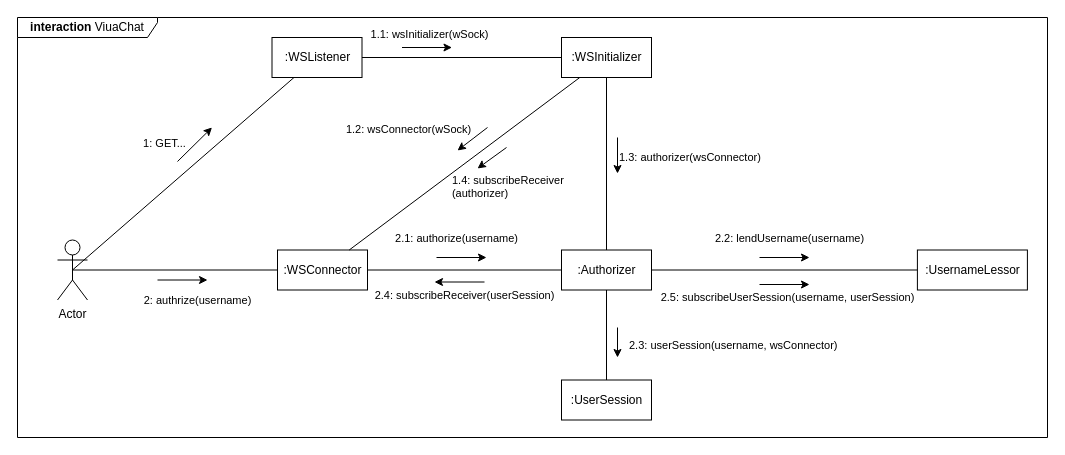
Before: page "Strona-1" (1 of 3) of viuachat/diag/Diagram komunikacji.drawio in marekjm/inzynierka, a draw.io diagram. Source tidied: cells renumbered, new cells numbered last; positions are measured from the earlier drawing's top-left corner, leaving out a move shared by most shapes. Both pictures are drawn from the tidied source at 100%, with x=0, y=0 at pixel (17, 17).
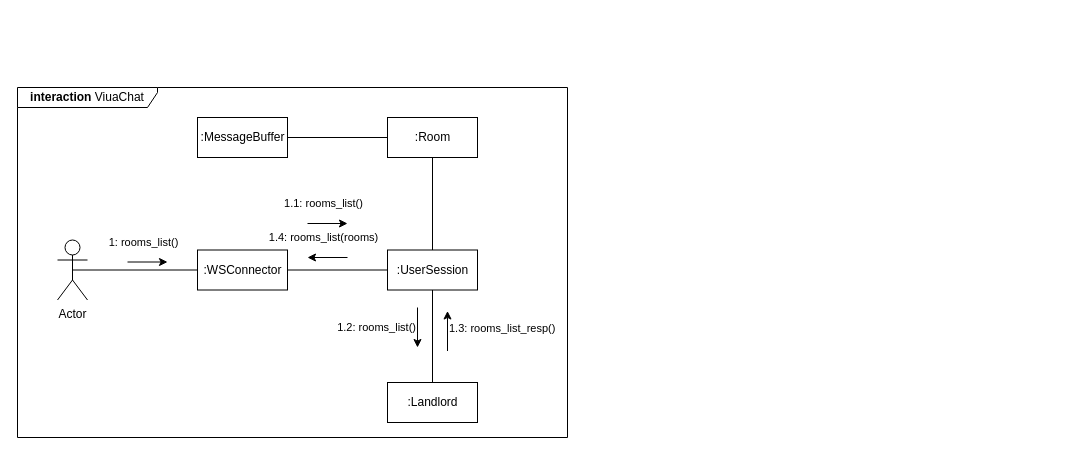
After the change.

Commit message (it also covers changes not shown here):
Diagramy kmunikacji i in.

Unchanged cells that the change refers to:
```xml
<mxCell id="3" value="Actor" style="shape=umlActor;verticalLabelPosition=bottom;labelBackgroundColor=#ffffff;verticalAlign=top;html=1;" parent="1" vertex="1">
  <mxGeometry x="40" y="222.5" width="30" height="60" as="geometry" />
</mxCell>
```

The edit, as a diff of the source:
```diff
@@
     <mxCell id="2" value="&lt;b&gt;interaction &lt;/b&gt;ViuaChat" style="shape=umlFrame;whiteSpace=wrap;html=1;width=140;height=20;" parent="1" vertex="1">
-      <mxGeometry width="1030" height="420" as="geometry" />
+      <mxGeometry y="70" width="550" height="350" as="geometry" />
     </mxCell>
@@
     <mxCell id="4" value=":WSConnector" style="html=1;" parent="1" vertex="1">
-      <mxGeometry x="260" y="232.5" width="90" height="40" as="geometry" />
+      <mxGeometry x="180" y="232.5" width="90" height="40" as="geometry" />
     </mxCell>
-    <mxCell id="5" value=":Authorizer" style="html=1;" parent="1" vertex="1">
-      <mxGeometry x="544" y="232.5" width="90" height="40" as="geometry" />
-    </mxCell>
+    <mxCell id="31" style="edgeStyle=none;rounded=0;jettySize=auto;html=1;endArrow=none;endFill=0;" parent="1" edge="1" source="6" target="32">
+      <mxGeometry relative="1" as="geometry" />
+    </mxCell>
-    <mxCell id="6" value=":UserSession" style="html=1;" parent="1" vertex="1">
-      <mxGeometry x="544" y="362.5" width="90" height="40" as="geometry" />
+    <mxCell id="6" value=":Room" style="html=1;" parent="1" vertex="1">
+      <mxGeometry x="370" y="100" width="90" height="40" as="geometry" />
     </mxCell>
-    <mxCell id="7" value=":UsernameLessor" style="html=1;" parent="1" vertex="1">
-      <mxGeometry x="899.9" y="232.5" width="110" height="40" as="geometry" />
+    <mxCell id="7" value=":Landlord" style="html=1;" parent="1" vertex="1">
+      <mxGeometry x="370" y="365" width="90" height="40" as="geometry" />
     </mxCell>
-    <mxCell id="8" value=":WSListener" style="html=1;" parent="1" vertex="1">
-      <mxGeometry x="254.5" y="20" width="90" height="40" as="geometry" />
-    </mxCell>
-    <mxCell id="9" value=":WSInitializer" style="html=1;" parent="1" vertex="1">
-      <mxGeometry x="544" y="20" width="90" height="40" as="geometry" />
-    </mxCell>
@@
-    <mxCell id="13" style="endArrow=none;html=1;exitX=0.5;exitY=0.5;exitDx=0;exitDy=0;exitPerimeter=0;" parent="1" edge="1" source="3" target="8">
-      <mxGeometry relative="1" as="geometry" />
-    </mxCell>
-    <mxCell id="14" style="endArrow=none;html=1;" parent="1" edge="1" source="9" target="8">
-      <mxGeometry relative="1" as="geometry" />
-    </mxCell>
-    <mxCell id="15" style="endArrow=none;html=1;" parent="1" edge="1" source="5" target="9">
-      <mxGeometry relative="1" as="geometry" />
-    </mxCell>
-    <mxCell id="16" style="endArrow=none;html=1;" parent="1" edge="1" source="4" target="9">
-      <mxGeometry relative="1" as="geometry" />
-    </mxCell>
@@
-    <mxCell id="20" value="1.1: wsInitializer(wSock)" style="endArrow=classic;html=1;" parent="1" edge="1">
-      <mxGeometry x="0.08" y="13" relative="1" as="geometry">
-        <mxPoint x="384.5" y="30" as="sourcePoint" />
-        <mxPoint x="434.5" y="30" as="targetPoint" />
-      </mxGeometry>
-    </mxCell>
-    <mxCell id="21" value="1.3: authorizer(wsConnector)" style="endArrow=classic;html=1;align=left;" parent="1" edge="1">
-      <mxGeometry x="0.11" relative="1" as="geometry">
-        <mxPoint x="600" y="120" as="sourcePoint" />
-        <mxPoint x="600" y="156" as="targetPoint" />
-      </mxGeometry>
-    </mxCell>
-    <mxCell id="22" value="2: authrize(username)" style="endArrow=classic;html=1;align=center;" parent="1" edge="1">
-      <mxGeometry x="0.6" y="-20" relative="1" as="geometry">
-        <mxPoint x="140" y="262.5" as="sourcePoint" />
-        <mxPoint x="190" y="262.5" as="targetPoint" />
+    <mxCell id="22" value="1: rooms_list()" style="endArrow=classic;html=1;align=center;" parent="1" edge="1">
+      <mxGeometry x="-0.2" y="20" relative="1" as="geometry">
+        <mxPoint x="110" y="244.5" as="sourcePoint" />
+        <mxPoint x="150" y="244.5" as="targetPoint" />
       </mxGeometry>
     </mxCell>
-    <mxCell id="23" value="2.1: authorize(username)" style="endArrow=classic;html=1;align=center;verticalAlign=bottom;" parent="1" edge="1">
-      <mxGeometry x="-0.2" y="10" relative="1" as="geometry">
-        <mxPoint x="419" y="240" as="sourcePoint" />
-        <mxPoint x="469" y="240" as="targetPoint" />
-      </mxGeometry>
-    </mxCell>
-    <mxCell id="24" value="2.2: lendUsername(username)" style="endArrow=classic;html=1;align=center;verticalAlign=bottom;" parent="1" edge="1">
-      <mxGeometry x="0.2" y="10" relative="1" as="geometry">
-        <mxPoint x="742" y="240" as="sourcePoint" />
-        <mxPoint x="792" y="240" as="targetPoint" />
-      </mxGeometry>
-    </mxCell>
-    <mxCell id="25" value="2.3: userSession(username, wsConnector)" style="endArrow=classic;html=1;align=left;" parent="1" edge="1">
-      <mxGeometry x="0.17" y="10" relative="1" as="geometry">
-        <mxPoint x="600" y="310" as="sourcePoint" />
-        <mxPoint x="600" y="340" as="targetPoint" />
-      </mxGeometry>
-    </mxCell>
-    <mxCell id="26" value="2.4: subscribeReceiver(userSession)" style="endArrow=classic;html=1;align=center;verticalAlign=top;" parent="1" edge="1">
-      <mxGeometry x="-0.22" relative="1" as="geometry">
-        <mxPoint x="467" y="264.5" as="sourcePoint" />
-        <mxPoint x="417" y="264.5" as="targetPoint" />
-      </mxGeometry>
-    </mxCell>
-    <mxCell id="27" value="2.5: subscribeUserSession(username, userSession)" style="endArrow=classic;html=1;align=center;verticalAlign=top;" parent="1" edge="1">
-      <mxGeometry x="0.1" relative="1" as="geometry">
-        <mxPoint x="742" y="267" as="sourcePoint" />
-        <mxPoint x="792" y="267" as="targetPoint" />
-      </mxGeometry>
-    </mxCell>
-    <mxCell id="28" value="1.2: wsConnector(wSock)" style="endArrow=classic;endFill=1;align=right;" parent="1" edge="1">
-      <mxGeometry x="-0.39" y="-7" relative="1" as="geometry">
-        <mxPoint x="470" y="110" as="sourcePoint" />
-        <mxPoint x="440" y="133" as="targetPoint" />
-      </mxGeometry>
-    </mxCell>
-    <mxCell id="29" value="1.4: subscribeReceiver&#10;(authorizer)" style="endArrow=classic;endFill=1;align=left;" parent="1" edge="1">
-      <mxGeometry x="1" y="36" relative="1" as="geometry">
-        <mxPoint x="489" y="130" as="sourcePoint" />
-        <mxPoint x="460" y="151" as="targetPoint" />
-        <mxPoint x="-48" y="-11" as="offset" />
-      </mxGeometry>
-    </mxCell>
-    <mxCell id="30" value="1: GET..." style="endArrow=classic;html=1;" parent="1" edge="1">
-      <mxGeometry x="-0.84" y="22" relative="1" as="geometry">
-        <mxPoint x="160" y="144" as="sourcePoint" />
-        <mxPoint x="194.5" y="110" as="targetPoint" />
-      </mxGeometry>
-    </mxCell>
+    <mxCell id="5" value=":UserSession" style="html=1;" parent="1" vertex="1">
+      <mxGeometry x="370" y="232.5" width="90" height="40" as="geometry" />
+    </mxCell>
+    <mxCell id="32" value=":MessageBuffer" style="html=1;" parent="1" vertex="1">
+      <mxGeometry x="180" y="100" width="90" height="40" as="geometry" />
+    </mxCell>
+    <mxCell id="33" value="1.1: rooms_list()" style="endArrow=classic;html=1;align=center;" parent="1" edge="1">
+      <mxGeometry x="-0.2" y="20" relative="1" as="geometry">
+        <mxPoint x="290" y="206" as="sourcePoint" />
+        <mxPoint x="330" y="206" as="targetPoint" />
+      </mxGeometry>
+    </mxCell>
+    <mxCell id="34" value="1.4: rooms_list(rooms)" style="endArrow=none;html=1;align=center;endFill=0;startArrow=classic;startFill=1;" parent="1" edge="1">
+      <mxGeometry x="-0.2" y="20" relative="1" as="geometry">
+        <mxPoint x="290" y="240" as="sourcePoint" />
+        <mxPoint x="330" y="240" as="targetPoint" />
+      </mxGeometry>
+    </mxCell>
+    <mxCell id="35" value="1.2: rooms_list()" style="endArrow=classic;html=1;align=right;" parent="1" edge="1">
+      <mxGeometry relative="1" as="geometry">
+        <mxPoint x="400" y="290" as="sourcePoint" />
+        <mxPoint x="400" y="330" as="targetPoint" />
+      </mxGeometry>
+    </mxCell>
+    <mxCell id="36" value="1.3: rooms_list_resp()" style="endArrow=none;html=1;align=left;endFill=0;startArrow=classic;startFill=1;" parent="1" edge="1">
+      <mxGeometry x="-0.17" relative="1" as="geometry">
+        <mxPoint x="430" y="293.5" as="sourcePoint" />
+        <mxPoint x="430" y="333.5" as="targetPoint" />
+      </mxGeometry>
+    </mxCell>
```
